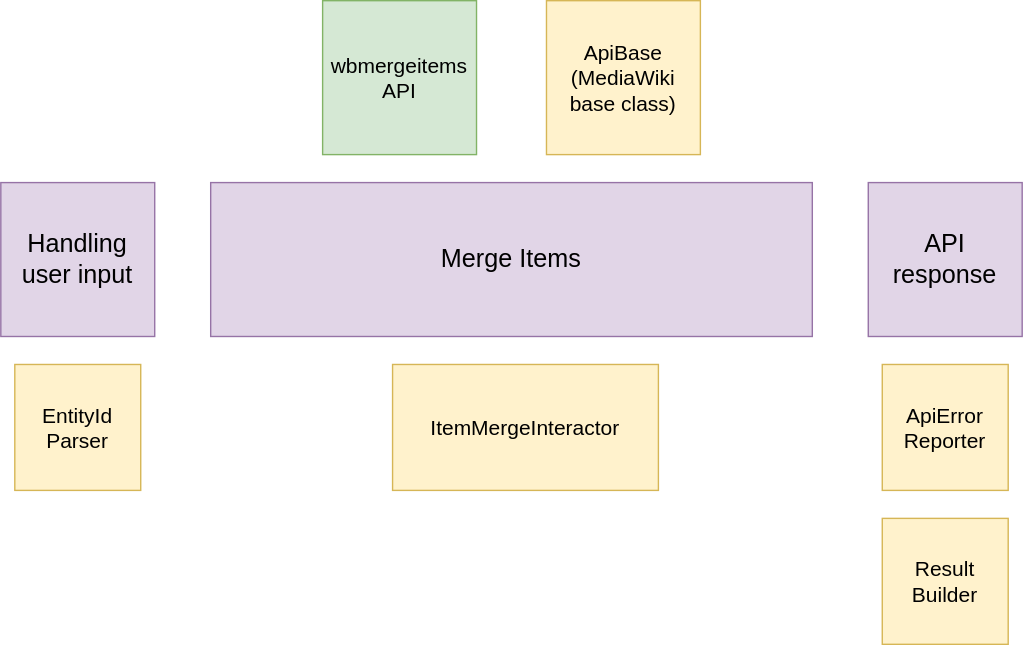
The draw.io diagram systems/WikibaseRepo/diagrams/05-api-wbmergeitems.drawio.svg in wmde/wikidata-wikibase-architecture, before a commit. Source tidied: cells renumbered, new cells last; positions are measured from the earlier drawing's top-left corner, leaving out a move shared by most shapes. Source of this version:
```xml
<mxGraphModel>
  <root>
    <mxCell id="0" />
    <mxCell id="1" parent="0" />
    <mxCell id="2" value="wbmergeitems&lt;br&gt;&amp;nbsp;API" style="whiteSpace=wrap;html=1;fillColor=#d5e8d4;strokeColor=#82b366;fontSize=15;fontStyle=0;" parent="1" vertex="1">
      <mxGeometry x="230" width="110" height="110" as="geometry" />
    </mxCell>
    <mxCell id="3" value="&lt;div style=&quot;font-size: 15px&quot;&gt;ApiBase&lt;/div&gt;&lt;div style=&quot;font-size: 15px&quot;&gt;(MediaWiki base class)&lt;br style=&quot;font-size: 15px&quot;&gt;&lt;/div&gt;" style="whiteSpace=wrap;html=1;fillColor=#fff2cc;strokeColor=#d6b656;fontSize=15;fontStyle=0;" parent="1" vertex="1">
      <mxGeometry x="390" width="110" height="110" as="geometry" />
    </mxCell>
    <mxCell id="4" value="API response" style="whiteSpace=wrap;html=1;fillColor=#e1d5e7;strokeColor=#9673a6;fontSize=18;fontStyle=0;" parent="1" vertex="1">
      <mxGeometry x="620" y="130" width="110" height="110" as="geometry" />
    </mxCell>
    <mxCell id="5" value="Handling user input" style="whiteSpace=wrap;html=1;fillColor=#e1d5e7;strokeColor=#9673a6;fontSize=18;fontStyle=0;" parent="1" vertex="1">
      <mxGeometry y="130" width="110" height="110" as="geometry" />
    </mxCell>
    <mxCell id="6" value="Merge Items" style="rounded=0;whiteSpace=wrap;html=1;fillColor=#e1d5e7;strokeColor=#9673a6;fontSize=18;fontStyle=0;" parent="1" vertex="1">
      <mxGeometry x="150" y="130" width="430" height="110" as="geometry" />
    </mxCell>
    <mxCell id="7" value="&lt;div style=&quot;font-size: 15px;&quot;&gt;EntityId&lt;/div&gt;&lt;div style=&quot;font-size: 15px;&quot;&gt;Parser&lt;/div&gt;" style="whiteSpace=wrap;html=1;fillColor=#fff2cc;strokeColor=#d6b656;fontSize=15;fontStyle=0;" parent="1" vertex="1">
      <mxGeometry x="10" y="260" width="90" height="90" as="geometry" />
    </mxCell>
    <mxCell id="8" value="&lt;div style=&quot;font-size: 15px;&quot;&gt;Result&lt;/div&gt;&lt;div style=&quot;font-size: 15px;&quot;&gt;Builder&lt;/div&gt;" style="whiteSpace=wrap;html=1;fillColor=#fff2cc;strokeColor=#d6b656;fontSize=15;fontStyle=0;" parent="1" vertex="1">
      <mxGeometry x="630" y="370" width="90" height="90" as="geometry" />
    </mxCell>
    <mxCell id="9" value="&lt;div style=&quot;font-size: 15px;&quot;&gt;ApiError&lt;/div&gt;&lt;div style=&quot;font-size: 15px;&quot;&gt;Reporter&lt;/div&gt;" style="whiteSpace=wrap;html=1;fillColor=#fff2cc;strokeColor=#d6b656;fontSize=15;fontStyle=0;" parent="1" vertex="1">
      <mxGeometry x="630" y="260" width="90" height="90" as="geometry" />
    </mxCell>
    <mxCell id="10" value="&lt;div style=&quot;font-size: 15px&quot;&gt;ItemMergeInteractor&lt;/div&gt;" style="whiteSpace=wrap;html=1;fillColor=#fff2cc;strokeColor=#d6b656;fontSize=15;fontStyle=0;" parent="1" vertex="1">
      <mxGeometry x="280" y="260" width="190" height="90" as="geometry" />
    </mxCell>
  </root>
</mxGraphModel>
```
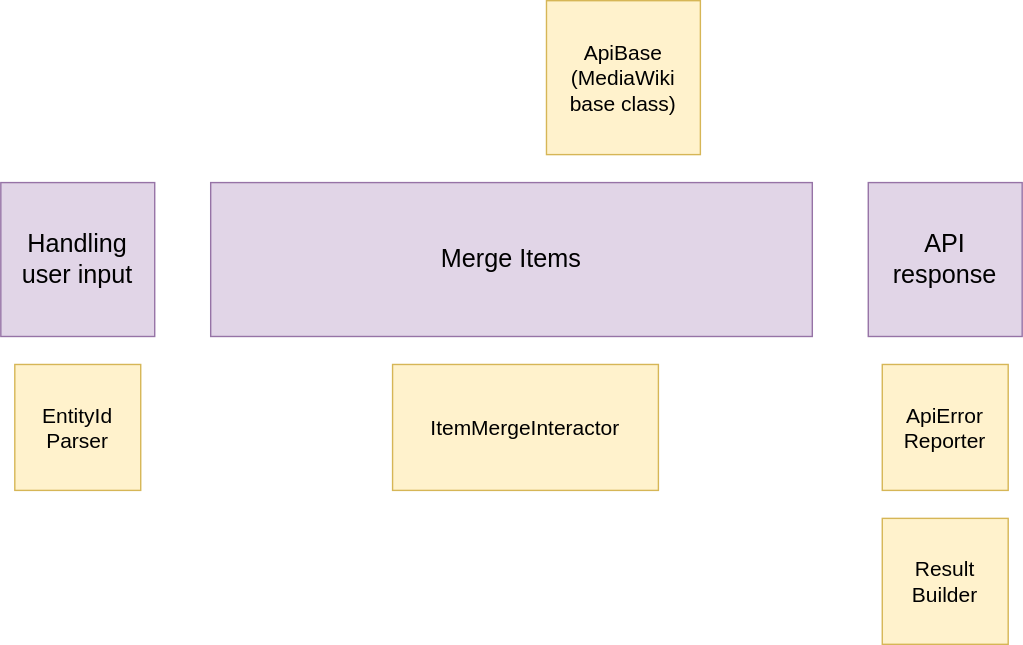
After the commit.

The edit, as a diff of the source:
```diff
@@ -2,9 +2,6 @@
   <root>
     <mxCell id="0" />
     <mxCell id="1" parent="0" />
-    <mxCell id="2" value="wbmergeitems&lt;br&gt;&amp;nbsp;API" style="whiteSpace=wrap;html=1;fillColor=#d5e8d4;strokeColor=#82b366;fontSize=15;fontStyle=0;" parent="1" vertex="1">
-      <mxGeometry x="230" width="110" height="110" as="geometry" />
-    </mxCell>
     <mxCell id="3" value="&lt;div style=&quot;font-size: 15px&quot;&gt;ApiBase&lt;/div&gt;&lt;div style=&quot;font-size: 15px&quot;&gt;(MediaWiki base class)&lt;br style=&quot;font-size: 15px&quot;&gt;&lt;/div&gt;" style="whiteSpace=wrap;html=1;fillColor=#fff2cc;strokeColor=#d6b656;fontSize=15;fontStyle=0;" parent="1" vertex="1">
       <mxGeometry x="390" width="110" height="110" as="geometry" />
     </mxCell>
```
